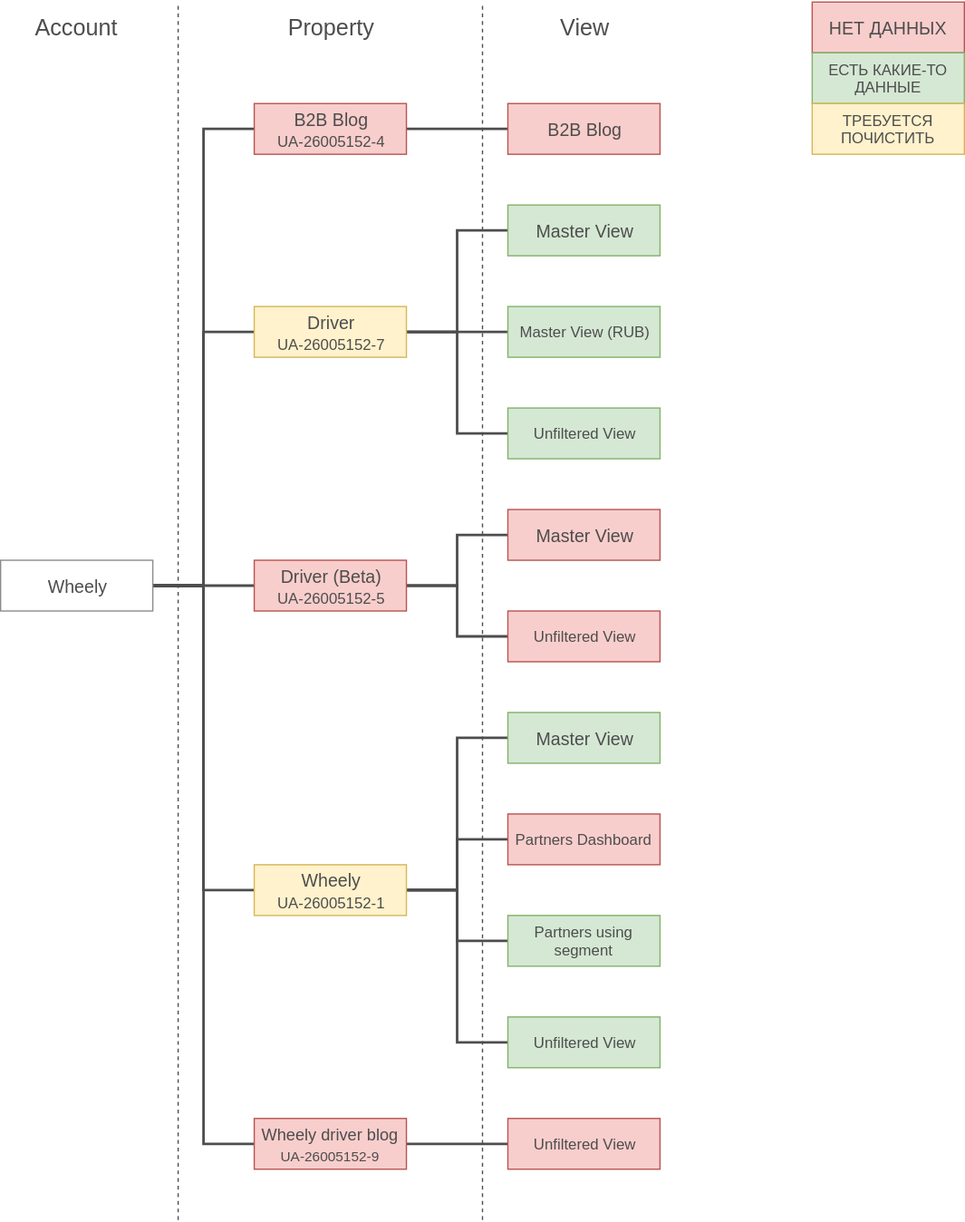
ajile/draw-io keeps this draw.io diagram as ga.svg. Above is the earlier version. Source tidied: cells renumbered, new cells last; positions are measured from the earlier drawing's top-left corner, leaving out a move shared by most shapes.
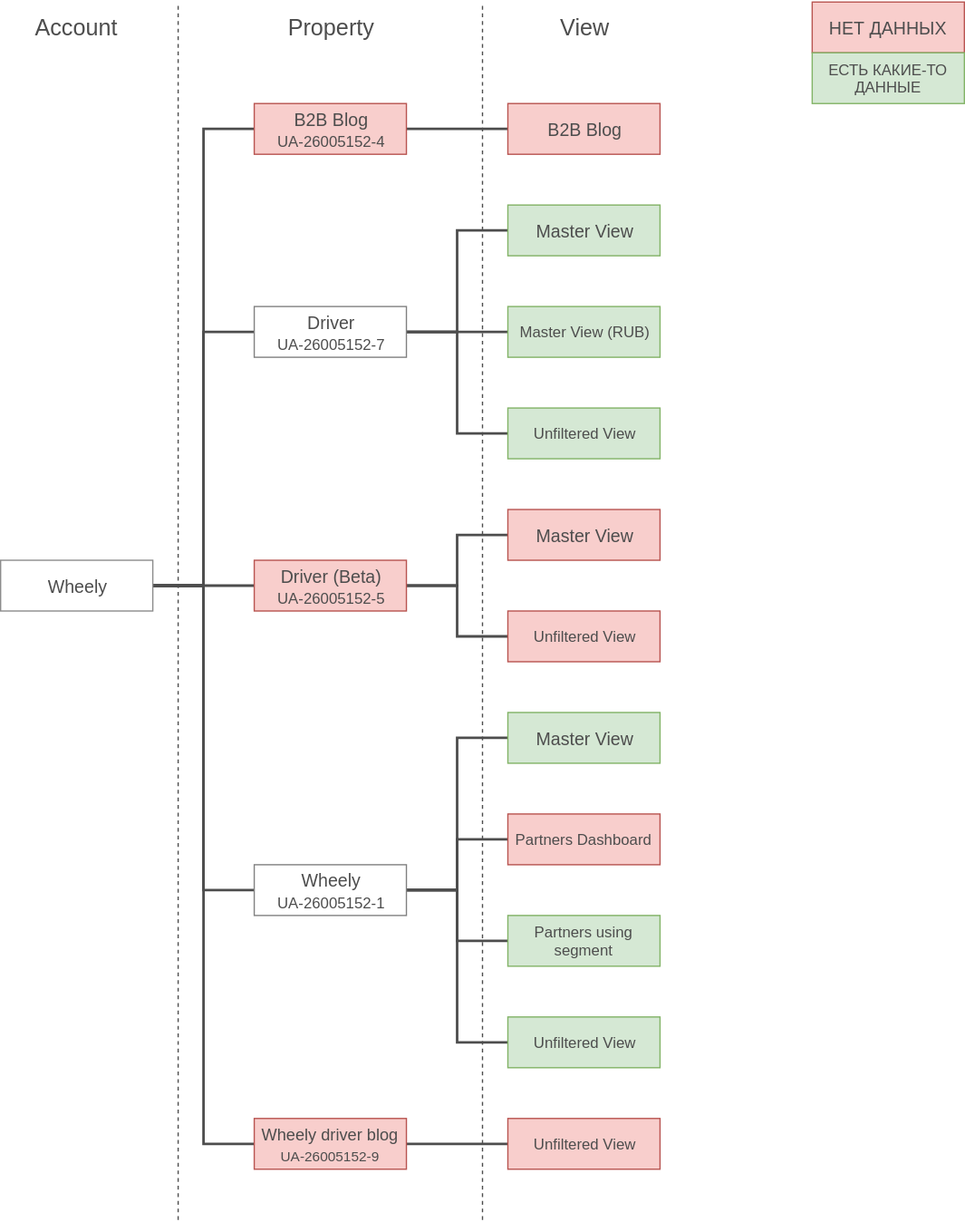
After the change.

Diff of the diagram source:
```diff
@@ -29,7 +29,7 @@
     <mxCell id="10" style="edgeStyle=orthogonalEdgeStyle;rounded=0;html=1;entryX=0;entryY=0.5;startSize=4;endArrow=none;endFill=0;endSize=4;jettySize=auto;strokeColor=#4D4D4D;strokeWidth=2;fontSize=12;fontColor=#4D4D4D;" parent="1" edge="1" source="11" target="27">
       <mxGeometry relative="1" as="geometry" />
     </mxCell>
-    <mxCell id="11" value="Driver&lt;br&gt;&lt;font style=&quot;font-size: 12px&quot;&gt;UA-26005152-7&lt;/font&gt;&lt;br&gt;" style="rounded=0;whiteSpace=wrap;html=1;shadow=0;glass=0;labelBackgroundColor=none;strokeColor=#d6b656;fillColor=#fff2cc;fontSize=14;fontColor=#4D4D4D;align=center;" parent="1" vertex="1">
+    <mxCell id="11" value="Driver&lt;br&gt;&lt;font style=&quot;font-size: 12px&quot;&gt;UA-26005152-7&lt;/font&gt;&lt;br&gt;" style="rounded=0;whiteSpace=wrap;html=1;shadow=0;glass=0;labelBackgroundColor=none;strokeColor=#808080;fillColor=#ffffff;fontSize=14;fontColor=#4D4D4D;align=center;" parent="1" vertex="1">
       <mxGeometry x="200" y="240" width="120" height="40" as="geometry" />
     </mxCell>
     <mxCell id="12" style="edgeStyle=orthogonalEdgeStyle;rounded=0;html=1;startSize=4;endArrow=none;endFill=0;endSize=4;jettySize=auto;strokeColor=#4D4D4D;strokeWidth=2;fontSize=13;fontColor=#4D4D4D;" parent="1" edge="1" source="13" target="24">
@@ -50,7 +50,7 @@
     <mxCell id="17" style="edgeStyle=orthogonalEdgeStyle;rounded=0;html=1;entryX=0;entryY=0.5;startSize=4;endArrow=none;endFill=0;endSize=4;jettySize=auto;strokeColor=#4D4D4D;strokeWidth=2;fontSize=12;fontColor=#4D4D4D;" parent="1" edge="1" source="18" target="31">
       <mxGeometry relative="1" as="geometry" />
     </mxCell>
-    <mxCell id="18" value="Wheely&lt;br&gt;&lt;font style=&quot;font-size: 12px&quot;&gt;UA-26005152-1&lt;/font&gt;&lt;br&gt;" style="rounded=0;whiteSpace=wrap;html=1;shadow=0;glass=0;labelBackgroundColor=none;strokeColor=#d6b656;fillColor=#fff2cc;fontSize=14;fontColor=#4D4D4D;align=center;" parent="1" vertex="1">
+    <mxCell id="18" value="Wheely&lt;br&gt;&lt;font style=&quot;font-size: 12px&quot;&gt;UA-26005152-1&lt;/font&gt;&lt;br&gt;" style="rounded=0;whiteSpace=wrap;html=1;shadow=0;glass=0;labelBackgroundColor=none;strokeColor=#808080;fillColor=#ffffff;fontSize=14;fontColor=#4D4D4D;align=center;" parent="1" vertex="1">
       <mxGeometry x="200" y="680" width="120" height="40" as="geometry" />
     </mxCell>
     <mxCell id="19" style="edgeStyle=orthogonalEdgeStyle;rounded=0;html=1;entryX=0;entryY=0.5;startSize=4;endArrow=none;endFill=0;endSize=4;jettySize=auto;strokeColor=#4D4D4D;strokeWidth=2;fontSize=12;fontColor=#4D4D4D;" parent="1" edge="1" source="21" target="28">
@@ -131,8 +131,5 @@
     <mxCell id="42" value="ЕСТЬ КАКИЕ-ТО ДАННЫЕ" style="rounded=0;whiteSpace=wrap;html=1;shadow=0;glass=0;labelBackgroundColor=none;strokeColor=#82b366;fillColor=#d5e8d4;fontSize=12;fontColor=#4D4D4D;align=center;" parent="1" vertex="1">
       <mxGeometry x="640" y="40" width="120" height="40" as="geometry" />
     </mxCell>
-    <mxCell id="43" value="ТРЕБУЕТСЯ ПОЧИСТИТЬ" style="rounded=0;whiteSpace=wrap;html=1;shadow=0;glass=0;labelBackgroundColor=none;strokeColor=#d6b656;fillColor=#fff2cc;fontSize=12;fontColor=#4D4D4D;align=center;" parent="1" vertex="1">
-      <mxGeometry x="640" y="80" width="120" height="40" as="geometry" />
-    </mxCell>
   </root>
 </mxGraphModel>
```
